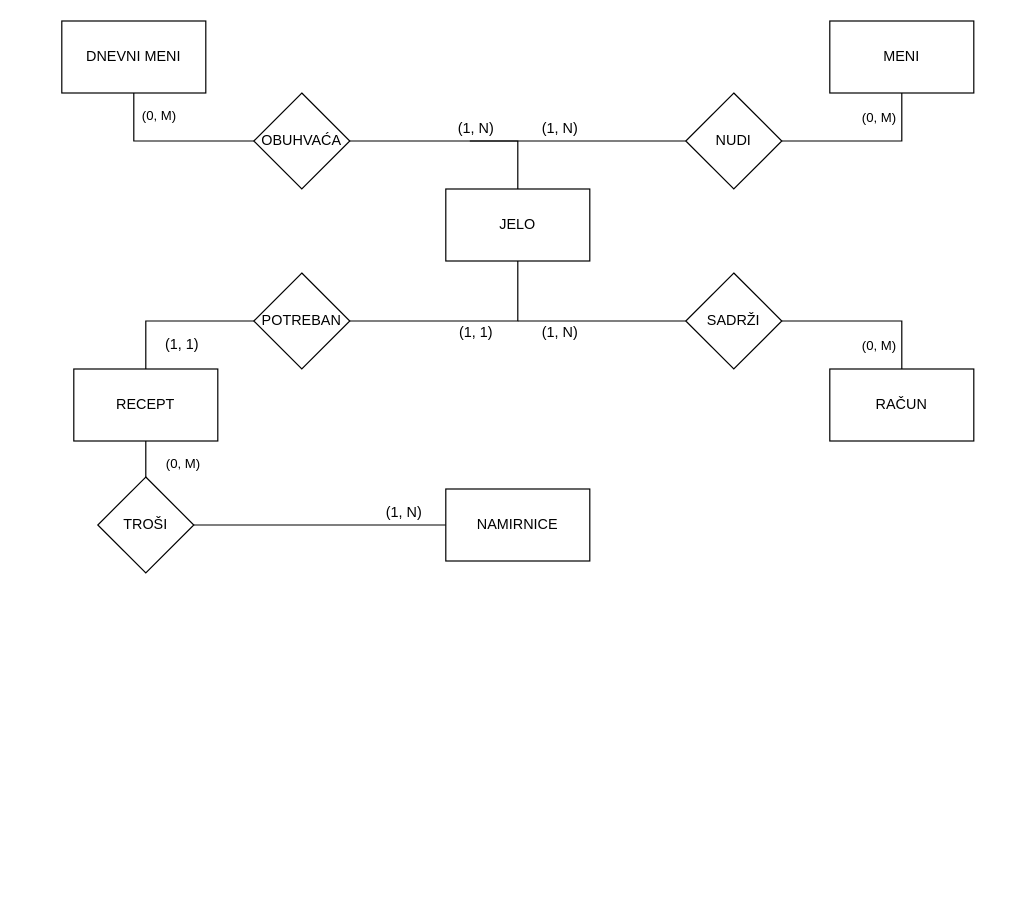
Before: restoran.drawio in 42-6f-17e-6f-20-44-75-72-64-6f-76/bazePodataka, a draw.io diagram. Source tidied: cells renumbered, new cells numbered last; positions are measured from the earlier drawing's top-left corner, leaving out a move shared by most shapes. Both pictures are drawn from the tidied source at 120%, with x=0, y=0 at pixel (61, 20).
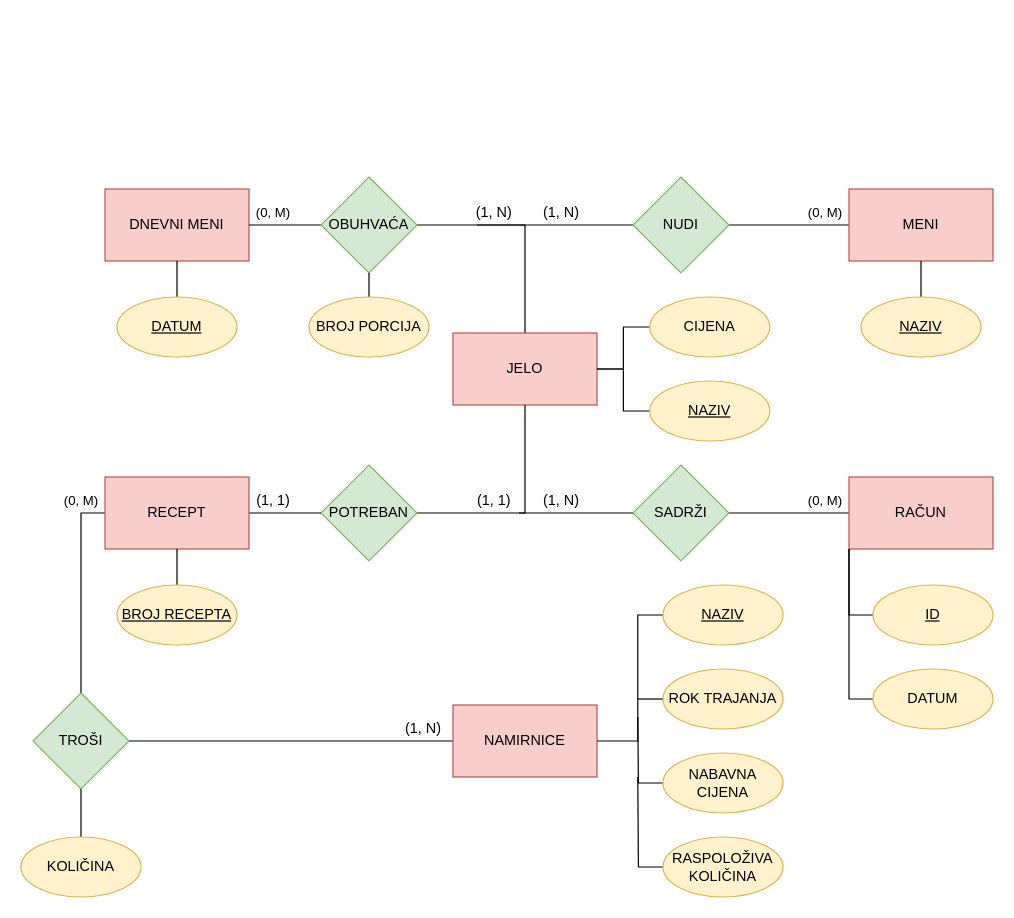
The same page after the edit.

Diff of the diagram source:
```diff
@@
-    <mxCell id="2" value="DNEVNI MENI" style="rounded=0;whiteSpace=wrap;html=1;" parent="1" vertex="1">
-      <mxGeometry width="120" height="60" as="geometry" />
+    <mxCell id="2" value="DNEVNI MENI" style="rounded=0;whiteSpace=wrap;html=1;fillColor=#f8cecc;strokeColor=#b85450;" parent="1" vertex="1">
+      <mxGeometry x="36" y="140" width="120" height="60" as="geometry" />
     </mxCell>
-    <mxCell id="3" style="edgeStyle=orthogonalEdgeStyle;rounded=0;jettySize=auto;html=1;entryX=0.5;entryY=1;entryDx=0;entryDy=0;endArrow=none;endFill=0;verticalAlign=bottom;" parent="1" edge="1" source="5" target="2">
+    <mxCell id="3" style="edgeStyle=orthogonalEdgeStyle;rounded=0;jettySize=auto;html=1;entryX=1;entryY=0.5;entryDx=0;entryDy=0;endArrow=none;endFill=0;verticalAlign=bottom;" parent="1" edge="1" source="5" target="2">
       <mxGeometry relative="1" as="geometry" />
     </mxCell>
@@
-    <mxCell id="5" value="OBUHVAĆA" style="rhombus;whiteSpace=wrap;html=1;" parent="1" vertex="1">
-      <mxGeometry x="160" y="60" width="80" height="80" as="geometry" />
+    <mxCell id="5" value="OBUHVAĆA" style="rhombus;whiteSpace=wrap;html=1;fillColor=#d5e8d4;strokeColor=#82b366;" parent="1" vertex="1">
+      <mxGeometry x="216" y="130" width="80" height="80" as="geometry" />
     </mxCell>
-    <mxCell id="6" value="JELO" style="rounded=0;whiteSpace=wrap;html=1;" parent="1" vertex="1">
-      <mxGeometry x="320" y="140" width="120" height="60" as="geometry" />
+    <mxCell id="6" value="JELO" style="rounded=0;whiteSpace=wrap;html=1;fillColor=#f8cecc;strokeColor=#b85450;" parent="1" vertex="1">
+      <mxGeometry x="326" y="260" width="120" height="60" as="geometry" />
     </mxCell>
     <mxCell id="7" style="edgeStyle=orthogonalEdgeStyle;rounded=0;jettySize=auto;html=1;endArrow=none;endFill=0;" parent="1" edge="1" source="9">
       <mxGeometry relative="1" as="geometry">
-        <mxPoint x="340" y="100" as="targetPoint" />
+        <mxPoint x="346" y="170" as="targetPoint" />
       </mxGeometry>
     </mxCell>
-    <mxCell id="8" style="edgeStyle=orthogonalEdgeStyle;rounded=0;jettySize=auto;html=1;entryX=0.5;entryY=1;entryDx=0;entryDy=0;endArrow=none;endFill=0;" parent="1" edge="1" source="9" target="10">
+    <mxCell id="8" style="edgeStyle=orthogonalEdgeStyle;rounded=0;jettySize=auto;html=1;entryX=0;entryY=0.5;entryDx=0;entryDy=0;endArrow=none;endFill=0;" parent="1" edge="1" source="9" target="10">
       <mxGeometry relative="1" as="geometry" />
     </mxCell>
-    <mxCell id="9" value="NUDI" style="rhombus;whiteSpace=wrap;html=1;" parent="1" vertex="1">
-      <mxGeometry x="520" y="60" width="80" height="80" as="geometry" />
+    <mxCell id="9" value="NUDI" style="rhombus;whiteSpace=wrap;html=1;fillColor=#d5e8d4;strokeColor=#82b366;" parent="1" vertex="1">
+      <mxGeometry x="476" y="130" width="80" height="80" as="geometry" />
     </mxCell>
-    <mxCell id="10" value="MENI" style="rounded=0;whiteSpace=wrap;html=1;" parent="1" vertex="1">
-      <mxGeometry x="640" width="120" height="60" as="geometry" />
+    <mxCell id="10" value="MENI" style="rounded=0;whiteSpace=wrap;html=1;fillColor=#f8cecc;strokeColor=#b85450;" parent="1" vertex="1">
+      <mxGeometry x="656" y="140" width="120" height="60" as="geometry" />
     </mxCell>
     <mxCell id="11" style="edgeStyle=orthogonalEdgeStyle;rounded=0;jettySize=auto;html=1;endArrow=none;endFill=0;" parent="1" edge="1" source="13">
       <mxGeometry relative="1" as="geometry">
-        <mxPoint x="380" y="250" as="targetPoint" />
+        <mxPoint x="381" y="410" as="targetPoint" />
       </mxGeometry>
     </mxCell>
-    <mxCell id="12" style="edgeStyle=orthogonalEdgeStyle;rounded=0;jettySize=auto;html=1;entryX=0.5;entryY=0;entryDx=0;entryDy=0;endArrow=none;endFill=0;" parent="1" edge="1" source="13" target="16">
+    <mxCell id="12" style="edgeStyle=orthogonalEdgeStyle;rounded=0;jettySize=auto;html=1;entryX=0;entryY=0.5;entryDx=0;entryDy=0;endArrow=none;endFill=0;" parent="1" edge="1" source="13" target="16">
       <mxGeometry relative="1" as="geometry" />
     </mxCell>
-    <mxCell id="13" value="SADRŽI" style="rhombus;whiteSpace=wrap;html=1;" parent="1" vertex="1">
-      <mxGeometry x="520" y="210" width="80" height="80" as="geometry" />
+    <mxCell id="13" value="SADRŽI" style="rhombus;whiteSpace=wrap;html=1;fillColor=#d5e8d4;strokeColor=#82b366;" parent="1" vertex="1">
+      <mxGeometry x="476" y="370" width="80" height="80" as="geometry" />
     </mxCell>
@@
-    <mxCell id="15" value="POTREBAN" style="rhombus;whiteSpace=wrap;html=1;" parent="1" vertex="1">
-      <mxGeometry x="160" y="210" width="80" height="80" as="geometry" />
+    <mxCell id="15" value="POTREBAN" style="rhombus;whiteSpace=wrap;html=1;fillColor=#d5e8d4;strokeColor=#82b366;" parent="1" vertex="1">
+      <mxGeometry x="216" y="370" width="80" height="80" as="geometry" />
     </mxCell>
-    <mxCell id="16" value="RAČUN" style="rounded=0;whiteSpace=wrap;html=1;" parent="1" vertex="1">
-      <mxGeometry x="640" y="290" width="120" height="60" as="geometry" />
+    <mxCell id="16" value="RAČUN" style="rounded=0;whiteSpace=wrap;html=1;fillColor=#f8cecc;strokeColor=#b85450;" parent="1" vertex="1">
+      <mxGeometry x="656" y="380" width="120" height="60" as="geometry" />
     </mxCell>
-    <mxCell id="17" style="edgeStyle=orthogonalEdgeStyle;rounded=0;jettySize=auto;html=1;entryX=0;entryY=0.5;entryDx=0;entryDy=0;endArrow=none;endFill=0;exitX=0.5;exitY=0;exitDx=0;exitDy=0;" parent="1" edge="1" source="18" target="15">
+    <mxCell id="17" style="edgeStyle=orthogonalEdgeStyle;rounded=0;jettySize=auto;html=1;entryX=0;entryY=0.5;entryDx=0;entryDy=0;endArrow=none;endFill=0;exitX=1;exitY=0.5;exitDx=0;exitDy=0;" parent="1" edge="1" source="18" target="15">
       <mxGeometry relative="1" as="geometry" />
     </mxCell>
-    <mxCell id="18" value="RECEPT" style="rounded=0;whiteSpace=wrap;html=1;" parent="1" vertex="1">
-      <mxGeometry x="10" y="290" width="120" height="60" as="geometry" />
-    </mxCell>
-    <mxCell id="19" style="edgeStyle=orthogonalEdgeStyle;rounded=0;jettySize=auto;html=1;entryX=0.5;entryY=1;entryDx=0;entryDy=0;endArrow=none;endFill=0;" parent="1" edge="1" source="21" target="18">
+    <mxCell id="19" style="edgeStyle=orthogonalEdgeStyle;rounded=0;jettySize=auto;html=1;entryX=0;entryY=0.5;entryDx=0;entryDy=0;endArrow=none;endFill=0;" parent="1" edge="1" source="21" target="18">
       <mxGeometry relative="1" as="geometry" />
     </mxCell>
@@
-    <mxCell id="21" value="TROŠI" style="rhombus;whiteSpace=wrap;html=1;" parent="1" vertex="1">
-      <mxGeometry x="30" y="380" width="80" height="80" as="geometry" />
+    <mxCell id="21" value="TROŠI" style="rhombus;whiteSpace=wrap;html=1;fillColor=#d5e8d4;strokeColor=#82b366;" parent="1" vertex="1">
+      <mxGeometry x="-24" y="560" width="80" height="80" as="geometry" />
     </mxCell>
-    <mxCell id="22" value="NAMIRNICE" style="rounded=0;whiteSpace=wrap;html=1;" parent="1" vertex="1">
-      <mxGeometry x="320" y="390" width="120" height="60" as="geometry" />
+    <mxCell id="22" value="NAMIRNICE" style="rounded=0;whiteSpace=wrap;html=1;fillColor=#f8cecc;strokeColor=#b85450;" parent="1" vertex="1">
+      <mxGeometry x="326" y="570" width="120" height="60" as="geometry" />
     </mxCell>
     <mxCell id="23" value="(1, N)" style="text;html=1;align=center;verticalAlign=middle;" parent="1" vertex="1">
-      <mxGeometry x="320" y="80" width="50" height="20" as="geometry" />
+      <mxGeometry x="335" y="150" width="50" height="20" as="geometry" />
     </mxCell>
     <mxCell id="24" value="(1, N)" style="text;html=1;align=center;verticalAlign=middle;" parent="1" vertex="1">
-      <mxGeometry x="390" y="80" width="50" height="20" as="geometry" />
+      <mxGeometry x="391" y="150" width="50" height="20" as="geometry" />
     </mxCell>
     <mxCell id="25" value="(1, N)" style="text;html=1;align=center;verticalAlign=middle;" parent="1" vertex="1">
-      <mxGeometry x="390" y="250" width="50" height="20" as="geometry" />
+      <mxGeometry x="391" y="390" width="50" height="20" as="geometry" />
     </mxCell>
     <mxCell id="26" value="(1, 1)" style="text;html=1;align=center;verticalAlign=middle;" parent="1" vertex="1">
-      <mxGeometry x="325" y="250" width="40" height="20" as="geometry" />
+      <mxGeometry x="340" y="390" width="40" height="20" as="geometry" />
     </mxCell>
-    <mxCell id="27" value="(0, M)" style="edgeLabel;html=1;align=center;verticalAlign=middle;" parent="1" vertex="1">
-      <mxGeometry x="80" y="80" as="geometry">
-        <mxPoint y="-2" as="offset" />
-      </mxGeometry>
-    </mxCell>
-    <mxCell id="28" value="(0, M)" style="edgeLabel;html=1;align=center;verticalAlign=middle;" parent="1" vertex="1">
-      <mxGeometry x="680" y="80" as="geometry" />
-    </mxCell>
-    <mxCell id="29" value="(0, M)" style="edgeLabel;html=1;align=center;verticalAlign=middle;" parent="1" vertex="1">
-      <mxGeometry x="680" y="270" as="geometry" />
-    </mxCell>
     <mxCell id="30" value="(1, 1)" style="text;html=1;align=center;verticalAlign=middle;" parent="1" vertex="1">
-      <mxGeometry x="80" y="260" width="40" height="20" as="geometry" />
+      <mxGeometry x="156" y="390" width="40" height="20" as="geometry" />
     </mxCell>
-    <mxCell id="31" value="(0, M)" style="edgeLabel;html=1;align=center;verticalAlign=middle;" parent="1" vertex="1">
-      <mxGeometry x="100" y="370" as="geometry">
-        <mxPoint y="-2" as="offset" />
-      </mxGeometry>
-    </mxCell>
     <mxCell id="32" value="(1, N)" style="text;html=1;align=center;verticalAlign=middle;" parent="1" vertex="1">
-      <mxGeometry x="260" y="400" width="50" height="20" as="geometry" />
+      <mxGeometry x="276" y="580" width="50" height="20" as="geometry" />
     </mxCell>
+    <mxCell id="18" value="RECEPT" style="rounded=0;whiteSpace=wrap;html=1;fillColor=#f8cecc;strokeColor=#b85450;" parent="1" vertex="1">
+      <mxGeometry x="36" y="380" width="120" height="60" as="geometry" />
+    </mxCell>
+    <mxCell id="33" value="&lt;span style=&quot;font-size: 11px ; background-color: rgb(255 , 255 , 255)&quot;&gt;(0, M)&lt;/span&gt;" style="text;html=1;align=center;verticalAlign=middle;" parent="1" vertex="1">
+      <mxGeometry x="-4" y="390" width="40" height="20" as="geometry" />
+    </mxCell>
+    <mxCell id="34" value="&lt;span style=&quot;font-size: 11px ; background-color: rgb(255 , 255 , 255)&quot;&gt;(0, M)&lt;/span&gt;" style="text;html=1;align=center;verticalAlign=middle;" parent="1" vertex="1">
+      <mxGeometry x="156" y="150" width="40" height="20" as="geometry" />
+    </mxCell>
+    <mxCell id="35" value="&lt;span style=&quot;font-size: 11px ; background-color: rgb(255 , 255 , 255)&quot;&gt;(0, M)&lt;/span&gt;" style="text;html=1;align=center;verticalAlign=middle;" parent="1" vertex="1">
+      <mxGeometry x="616" y="150" width="40" height="20" as="geometry" />
+    </mxCell>
+    <mxCell id="36" value="&lt;span style=&quot;font-size: 11px ; background-color: rgb(255 , 255 , 255)&quot;&gt;(0, M)&lt;/span&gt;" style="text;html=1;align=center;verticalAlign=middle;" parent="1" vertex="1">
+      <mxGeometry x="616" y="390" width="40" height="20" as="geometry" />
+    </mxCell>
+    <mxCell id="37" style="edgeStyle=orthogonalEdgeStyle;rounded=0;jettySize=auto;html=1;endArrow=none;endFill=0;" parent="1" edge="1" source="38" target="21">
+      <mxGeometry relative="1" as="geometry" />
+    </mxCell>
+    <mxCell id="38" value="&lt;span&gt;KOLIČINA&lt;/span&gt;" style="ellipse;whiteSpace=wrap;html=1;glass=0;fillColor=#fff2cc;strokeColor=#d6b656;" parent="1" vertex="1">
+      <mxGeometry x="-34" y="680" width="100" height="50" as="geometry" />
+    </mxCell>
+    <mxCell id="39" style="edgeStyle=orthogonalEdgeStyle;rounded=0;jettySize=auto;html=1;entryX=0.5;entryY=1;entryDx=0;entryDy=0;endArrow=none;endFill=0;" parent="1" edge="1" source="40" target="18">
+      <mxGeometry relative="1" as="geometry" />
+    </mxCell>
+    <mxCell id="40" value="BROJ RECEPTA" style="ellipse;whiteSpace=wrap;html=1;glass=0;fillColor=#fff2cc;strokeColor=#d6b656;fontStyle=4;" parent="1" vertex="1">
+      <mxGeometry x="46" y="470" width="100" height="50" as="geometry" />
+    </mxCell>
+    <mxCell id="41" style="edgeStyle=orthogonalEdgeStyle;rounded=0;jettySize=auto;html=1;endArrow=none;endFill=0;" parent="1" edge="1" source="42">
+      <mxGeometry relative="1" as="geometry">
+        <mxPoint x="480" y="580" as="targetPoint" />
+      </mxGeometry>
+    </mxCell>
+    <mxCell id="42" value="&lt;span&gt;NABAVNA CIJENA&lt;/span&gt;" style="ellipse;whiteSpace=wrap;html=1;glass=0;fillColor=#fff2cc;strokeColor=#d6b656;" parent="1" vertex="1">
+      <mxGeometry x="501" y="610" width="100" height="50" as="geometry" />
+    </mxCell>
+    <mxCell id="43" style="edgeStyle=orthogonalEdgeStyle;rounded=0;jettySize=auto;html=1;endArrow=none;endFill=0;" parent="1" edge="1" source="44">
+      <mxGeometry relative="1" as="geometry">
+        <mxPoint x="480" y="565" as="targetPoint" />
+      </mxGeometry>
+    </mxCell>
+    <mxCell id="44" value="&lt;span&gt;ROK TRAJANJA&lt;/span&gt;" style="ellipse;whiteSpace=wrap;html=1;glass=0;fillColor=#fff2cc;strokeColor=#d6b656;" parent="1" vertex="1">
+      <mxGeometry x="501" y="540" width="100" height="50" as="geometry" />
+    </mxCell>
+    <mxCell id="45" style="edgeStyle=orthogonalEdgeStyle;rounded=0;jettySize=auto;html=1;entryX=1;entryY=0.5;entryDx=0;entryDy=0;endArrow=none;endFill=0;" parent="1" edge="1" source="46" target="22">
+      <mxGeometry relative="1" as="geometry">
+        <Array as="points">
+          <mxPoint x="480" y="495" />
+          <mxPoint x="480" y="600" />
+          <mxPoint x="446" y="600" />
+        </Array>
+      </mxGeometry>
+    </mxCell>
+    <mxCell id="46" value="&lt;span&gt;NAZIV&lt;/span&gt;" style="ellipse;whiteSpace=wrap;html=1;glass=0;fontStyle=4;fillColor=#fff2cc;strokeColor=#d6b656;" parent="1" vertex="1">
+      <mxGeometry x="501" y="470" width="100" height="50" as="geometry" />
+    </mxCell>
+    <mxCell id="47" style="edgeStyle=orthogonalEdgeStyle;rounded=0;jettySize=auto;html=1;endArrow=none;endFill=0;" parent="1" edge="1" source="48">
+      <mxGeometry relative="1" as="geometry">
+        <mxPoint x="480" y="630" as="targetPoint" />
+      </mxGeometry>
+    </mxCell>
+    <mxCell id="48" value="&lt;span&gt;RASPOLOŽIVA KOLIČINA&lt;/span&gt;" style="ellipse;whiteSpace=wrap;html=1;glass=0;fillColor=#fff2cc;strokeColor=#d6b656;" parent="1" vertex="1">
+      <mxGeometry x="501" y="680" width="100" height="50" as="geometry" />
+    </mxCell>
+    <mxCell id="49" style="edgeStyle=orthogonalEdgeStyle;rounded=0;jettySize=auto;html=1;entryX=0;entryY=1;entryDx=0;entryDy=0;endArrow=none;endFill=0;exitX=0;exitY=0.5;exitDx=0;exitDy=0;" parent="1" edge="1" source="50" target="16">
+      <mxGeometry relative="1" as="geometry" />
+    </mxCell>
+    <mxCell id="50" value="&lt;span&gt;DATUM&lt;/span&gt;" style="ellipse;whiteSpace=wrap;html=1;glass=0;fillColor=#fff2cc;strokeColor=#d6b656;" parent="1" vertex="1">
+      <mxGeometry x="676" y="540" width="100" height="50" as="geometry" />
+    </mxCell>
+    <mxCell id="51" style="edgeStyle=orthogonalEdgeStyle;rounded=0;jettySize=auto;html=1;entryX=0;entryY=1;entryDx=0;entryDy=0;endArrow=none;endFill=0;exitX=0;exitY=0.5;exitDx=0;exitDy=0;" parent="1" edge="1" source="52" target="16">
+      <mxGeometry relative="1" as="geometry" />
+    </mxCell>
+    <mxCell id="52" value="&lt;span&gt;ID&lt;/span&gt;" style="ellipse;whiteSpace=wrap;html=1;glass=0;fontStyle=4;fillColor=#fff2cc;strokeColor=#d6b656;" parent="1" vertex="1">
+      <mxGeometry x="676" y="470" width="100" height="50" as="geometry" />
+    </mxCell>
+    <mxCell id="53" style="edgeStyle=orthogonalEdgeStyle;rounded=0;jettySize=auto;html=1;endArrow=none;endFill=0;" parent="1" edge="1" source="54" target="2">
+      <mxGeometry relative="1" as="geometry" />
+    </mxCell>
+    <mxCell id="54" value="DATUM" style="ellipse;whiteSpace=wrap;html=1;glass=0;fillColor=#fff2cc;strokeColor=#d6b656;fontStyle=4;" parent="1" vertex="1">
+      <mxGeometry x="46" y="230" width="100" height="50" as="geometry" />
+    </mxCell>
+    <mxCell id="55" style="edgeStyle=orthogonalEdgeStyle;rounded=0;jettySize=auto;html=1;endArrow=none;endFill=0;" parent="1" edge="1" source="56" target="5">
+      <mxGeometry relative="1" as="geometry" />
+    </mxCell>
+    <mxCell id="56" value="BROJ PORCIJA" style="ellipse;whiteSpace=wrap;html=1;glass=0;fillColor=#fff2cc;strokeColor=#d6b656;fontStyle=0;" parent="1" vertex="1">
+      <mxGeometry x="206" y="230" width="100" height="50" as="geometry" />
+    </mxCell>
+    <mxCell id="57" style="edgeStyle=orthogonalEdgeStyle;rounded=0;jettySize=auto;html=1;entryX=1;entryY=0.5;entryDx=0;entryDy=0;endArrow=none;endFill=0;" parent="1" edge="1" source="58" target="6">
+      <mxGeometry relative="1" as="geometry" />
+    </mxCell>
+    <mxCell id="58" value="&lt;span&gt;NAZIV&lt;/span&gt;" style="ellipse;whiteSpace=wrap;html=1;glass=0;fillColor=#fff2cc;strokeColor=#d6b656;fontStyle=4;" parent="1" vertex="1">
+      <mxGeometry x="490" y="300" width="100" height="50" as="geometry" />
+    </mxCell>
+    <mxCell id="59" style="edgeStyle=orthogonalEdgeStyle;rounded=0;jettySize=auto;html=1;entryX=1;entryY=0.5;entryDx=0;entryDy=0;endArrow=none;endFill=0;" parent="1" edge="1" source="60" target="6">
+      <mxGeometry relative="1" as="geometry" />
+    </mxCell>
+    <mxCell id="60" value="CIJENA" style="ellipse;whiteSpace=wrap;html=1;glass=0;fillColor=#fff2cc;strokeColor=#d6b656;fontStyle=0;" parent="1" vertex="1">
+      <mxGeometry x="490" y="230" width="100" height="50" as="geometry" />
+    </mxCell>
+    <mxCell id="61" style="edgeStyle=orthogonalEdgeStyle;rounded=0;jettySize=auto;html=1;entryX=0.5;entryY=1;entryDx=0;entryDy=0;endArrow=none;endFill=0;" parent="1" edge="1" source="62" target="10">
+      <mxGeometry relative="1" as="geometry" />
+    </mxCell>
+    <mxCell id="62" value="&lt;span&gt;NAZIV&lt;/span&gt;" style="ellipse;whiteSpace=wrap;html=1;glass=0;fillColor=#fff2cc;strokeColor=#d6b656;fontStyle=4;" parent="1" vertex="1">
+      <mxGeometry x="666" y="230" width="100" height="50" as="geometry" />
+    </mxCell>
```
